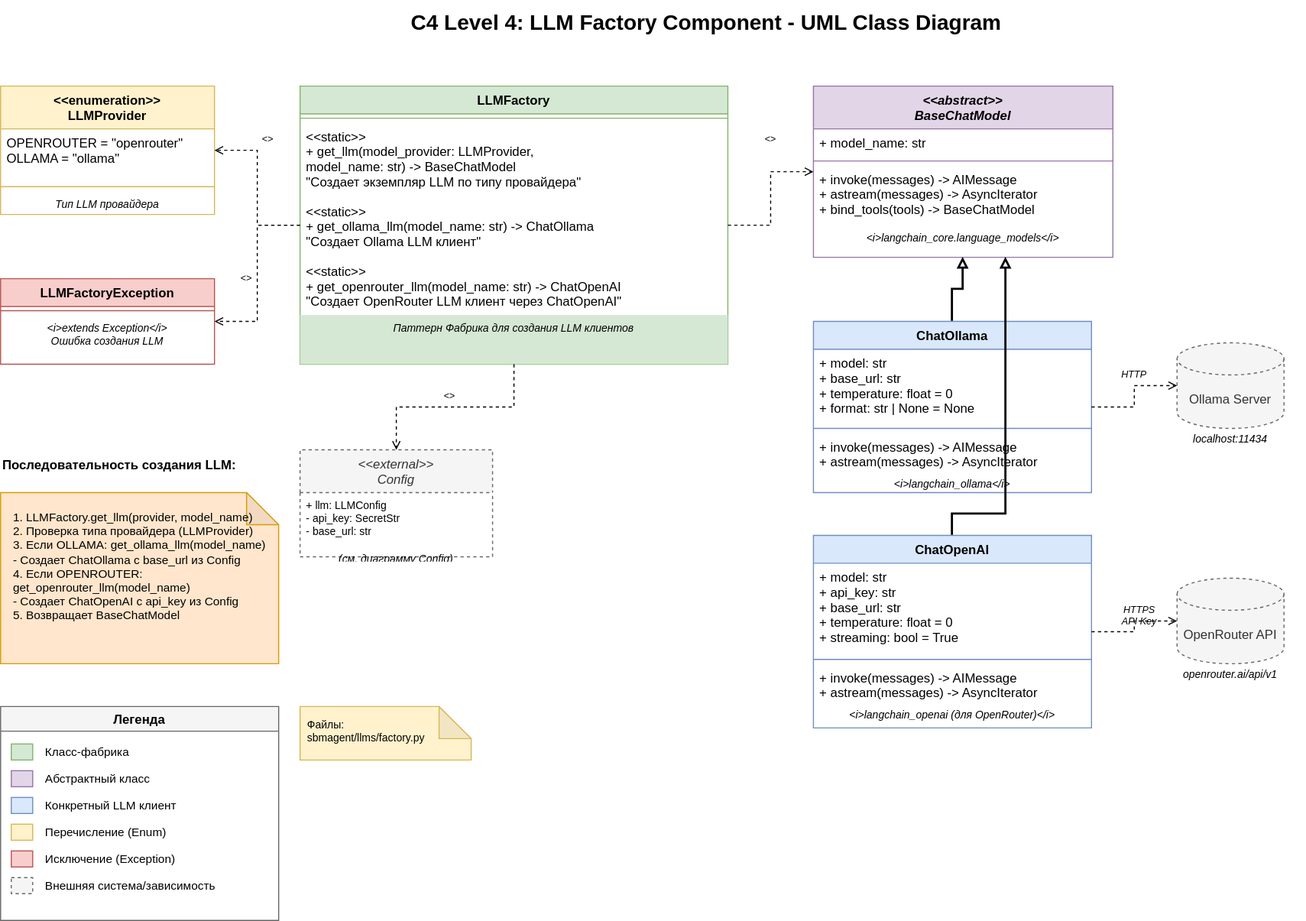
Before: ProjectLLMFactoryUML.drawio.svg, a diagram exported from draw.io (pavel-collab/Agentic-system-images). Source tidied: cells renumbered, new cells last; positions are measured from the earlier drawing's top-left corner, leaving out a move shared by most shapes.
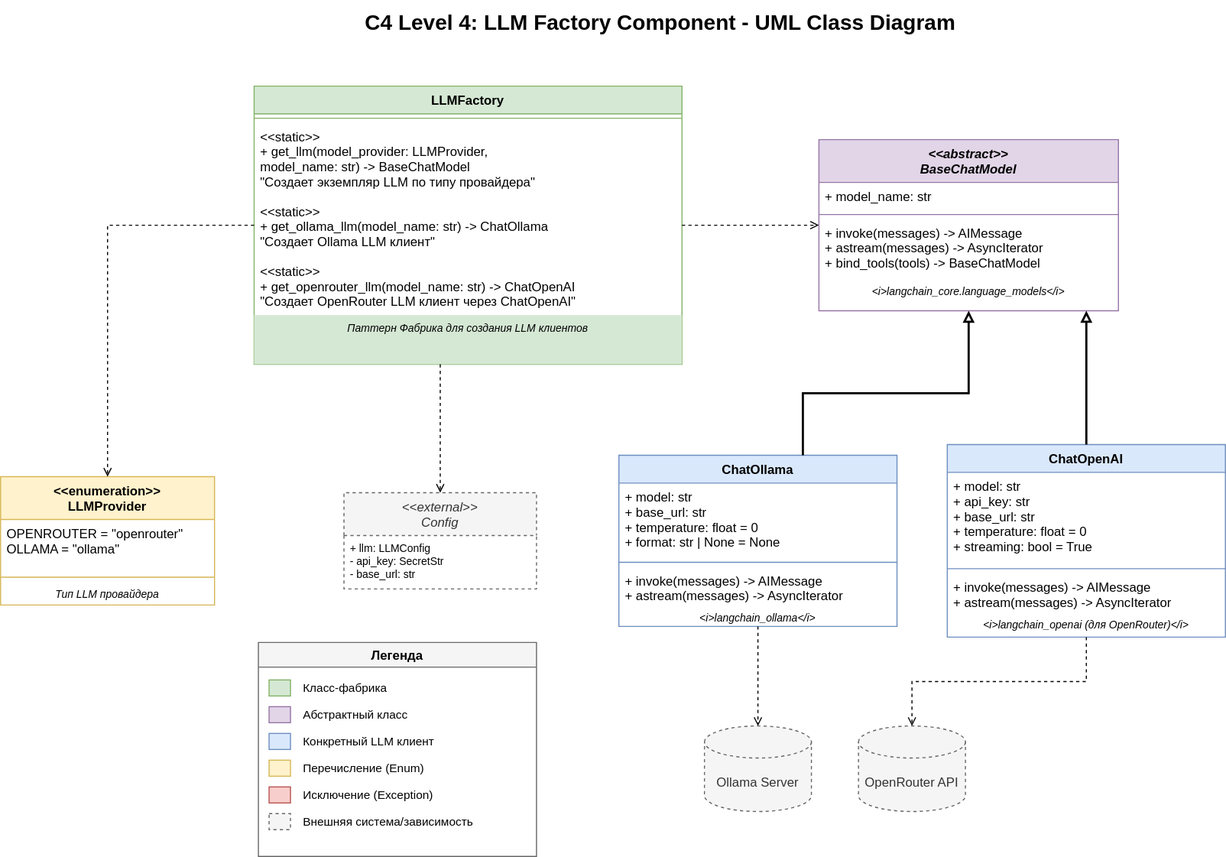
Above is the later version.

Diff of the diagram source:
```diff
@@ -6,7 +6,7 @@
       <mxGeometry x="310" width="700" height="40" as="geometry" />
     </mxCell>
     <mxCell id="3" value="&lt;&lt;enumeration&gt;&gt;&#10;LLMProvider" style="swimlane;fontStyle=1;align=center;verticalAlign=top;horizontal=1;startSize=40;fillColor=#fff2cc;strokeColor=#d6b656;" parent="1" vertex="1">
-      <mxGeometry y="80" width="200" height="120" as="geometry" />
+      <mxGeometry x="43" y="445" width="200" height="120" as="geometry" />
     </mxCell>
     <mxCell id="4" value="OPENROUTER = &quot;openrouter&quot;&#10;OLLAMA = &quot;ollama&quot;" style="text;strokeColor=none;fillColor=none;align=left;verticalAlign=top;spacingLeft=4;spacingRight=4;overflow=hidden;" parent="3" vertex="1">
       <mxGeometry y="40" width="200" height="50" as="geometry" />
@@ -17,15 +17,6 @@
     <mxCell id="6" value="Тип LLM провайдера" style="text;strokeColor=none;fillColor=none;align=center;verticalAlign=top;spacingLeft=4;spacingRight=4;overflow=hidden;fontStyle=2;fontSize=10;" parent="3" vertex="1">
       <mxGeometry y="98" width="200" height="22" as="geometry" />
     </mxCell>
-    <mxCell id="7" value="LLMFactoryException" style="swimlane;fontStyle=1;align=center;verticalAlign=top;horizontal=1;startSize=26;fillColor=#f8cecc;strokeColor=#b85450;" parent="1" vertex="1">
-      <mxGeometry y="260" width="200" height="80" as="geometry" />
-    </mxCell>
-    <mxCell id="8" style="line;strokeWidth=1;fillColor=none;align=left;verticalAlign=middle;spacingTop=-1;spacingLeft=3;spacingRight=3;labelPosition=right;strokeColor=inherit;" parent="7" vertex="1">
-      <mxGeometry y="26" width="200" height="8" as="geometry" />
-    </mxCell>
-    <mxCell id="9" value="&lt;i&gt;extends Exception&lt;/i&gt;&#10;Ошибка создания LLM" style="text;strokeColor=none;fillColor=none;align=center;verticalAlign=top;spacingLeft=4;spacingRight=4;overflow=hidden;fontStyle=2;fontSize=10;" parent="7" vertex="1">
-      <mxGeometry y="34" width="200" height="46" as="geometry" />
-    </mxCell>
     <mxCell id="10" value="LLMFactory" style="swimlane;fontStyle=1;align=center;verticalAlign=top;horizontal=1;startSize=26;fillColor=#d5e8d4;strokeColor=#82b366;" parent="1" vertex="1">
       <mxGeometry x="280" y="80" width="400" height="260" as="geometry" />
     </mxCell>
@@ -39,7 +30,7 @@
       <mxGeometry y="214" width="400" height="46" as="geometry" />
     </mxCell>
     <mxCell id="14" value="&lt;&lt;abstract&gt;&gt;&#10;BaseChatModel" style="swimlane;fontStyle=3;align=center;verticalAlign=top;horizontal=1;startSize=40;fillColor=#e1d5e7;strokeColor=#9673a6;" parent="1" vertex="1">
-      <mxGeometry x="760" y="80" width="280" height="160" as="geometry" />
+      <mxGeometry x="808" y="130" width="280" height="160" as="geometry" />
     </mxCell>
     <mxCell id="15" value="+ model_name: str" style="text;strokeColor=none;fillColor=none;align=left;verticalAlign=top;spacingLeft=4;spacingRight=4;overflow=hidden;" parent="14" vertex="1">
       <mxGeometry y="40" width="280" height="26" as="geometry" />
@@ -54,7 +45,7 @@
       <mxGeometry y="130" width="280" height="30" as="geometry" />
     </mxCell>
     <mxCell id="19" value="ChatOllama" style="swimlane;fontStyle=1;align=center;verticalAlign=top;horizontal=1;startSize=26;fillColor=#dae8fc;strokeColor=#6c8ebf;" parent="1" vertex="1">
-      <mxGeometry x="760" y="300" width="260" height="160" as="geometry" />
+      <mxGeometry x="621" y="425" width="260" height="160" as="geometry" />
     </mxCell>
     <mxCell id="20" value="+ model: str&#10;+ base_url: str&#10;+ temperature: float = 0&#10;+ format: str | None = None" style="text;strokeColor=none;fillColor=none;align=left;verticalAlign=top;spacingLeft=4;spacingRight=4;overflow=hidden;" parent="19" vertex="1">
       <mxGeometry y="26" width="260" height="70" as="geometry" />
@@ -69,7 +60,7 @@
       <mxGeometry y="140" width="260" height="20" as="geometry" />
     </mxCell>
     <mxCell id="24" value="ChatOpenAI" style="swimlane;fontStyle=1;align=center;verticalAlign=top;horizontal=1;startSize=26;fillColor=#dae8fc;strokeColor=#6c8ebf;" parent="1" vertex="1">
-      <mxGeometry x="760" y="500" width="260" height="180" as="geometry" />
+      <mxGeometry x="928" y="415" width="260" height="180" as="geometry" />
     </mxCell>
     <mxCell id="25" value="+ model: str&#10;+ api_key: str&#10;+ base_url: str&#10;+ temperature: float = 0&#10;+ streaming: bool = True" style="text;strokeColor=none;fillColor=none;align=left;verticalAlign=top;spacingLeft=4;spacingRight=4;overflow=hidden;" parent="24" vertex="1">
       <mxGeometry y="26" width="260" height="86" as="geometry" />
@@ -84,87 +75,55 @@
       <mxGeometry y="156" width="260" height="24" as="geometry" />
     </mxCell>
     <mxCell id="29" value="&lt;&lt;external&gt;&gt;&#10;Config" style="swimlane;fontStyle=2;align=center;verticalAlign=top;horizontal=1;startSize=40;fillColor=#f5f5f5;strokeColor=#666666;fontColor=#333333;dashed=1;" parent="1" vertex="1">
-      <mxGeometry x="280" y="420" width="180" height="100" as="geometry" />
+      <mxGeometry x="364" y="460" width="180" height="90" as="geometry" />
     </mxCell>
     <mxCell id="30" value="+ llm: LLMConfig&#10;  - api_key: SecretStr&#10;  - base_url: str" style="text;strokeColor=none;fillColor=none;align=left;verticalAlign=top;spacingLeft=4;spacingRight=4;overflow=hidden;fontSize=10;" parent="29" vertex="1">
       <mxGeometry y="40" width="180" height="50" as="geometry" />
     </mxCell>
-    <mxCell id="31" value="(см. диаграмму Config)" style="text;strokeColor=none;fillColor=none;align=center;verticalAlign=top;spacingLeft=4;spacingRight=4;overflow=hidden;fontStyle=2;fontSize=10;" parent="29" vertex="1">
-      <mxGeometry y="90" width="180" height="10" as="geometry" />
-    </mxCell>
     <mxCell id="32" value="Ollama Server" style="shape=cylinder3;whiteSpace=wrap;html=1;boundedLbl=1;backgroundOutline=1;size=15;fillColor=#f5f5f5;strokeColor=#666666;fontColor=#333333;dashed=1;" parent="1" vertex="1">
-      <mxGeometry x="1100" y="320" width="100" height="80" as="geometry" />
+      <mxGeometry x="701" y="678" width="100" height="80" as="geometry" />
     </mxCell>
-    <mxCell id="33" value="localhost:11434" style="text;html=1;strokeColor=none;fillColor=none;align=center;verticalAlign=middle;whiteSpace=wrap;rounded=0;fontSize=10;fontStyle=2;" parent="1" vertex="1">
-      <mxGeometry x="1085" y="400" width="130" height="20" as="geometry" />
-    </mxCell>
     <mxCell id="34" value="OpenRouter API" style="shape=cylinder3;whiteSpace=wrap;html=1;boundedLbl=1;backgroundOutline=1;size=15;fillColor=#f5f5f5;strokeColor=#666666;fontColor=#333333;dashed=1;" parent="1" vertex="1">
-      <mxGeometry x="1100" y="540" width="100" height="80" as="geometry" />
+      <mxGeometry x="845" y="678" width="100" height="80" as="geometry" />
     </mxCell>
-    <mxCell id="35" value="openrouter.ai/api/v1" style="text;html=1;strokeColor=none;fillColor=none;align=center;verticalAlign=middle;whiteSpace=wrap;rounded=0;fontSize=10;fontStyle=2;" parent="1" vertex="1">
-      <mxGeometry x="1080" y="620" width="140" height="20" as="geometry" />
-    </mxCell>
     <mxCell id="36" style="edgeStyle=orthogonalEdgeStyle;rounded=0;jettySize=auto;html=1;dashed=1;endArrow=open;endFill=0;strokeWidth=1;" parent="1" edge="1" source="10" target="3">
       <mxGeometry relative="1" as="geometry" />
     </mxCell>
-    <mxCell id="37" value="&lt;&lt;uses&gt;&gt;" style="text;html=1;strokeColor=none;fillColor=none;align=center;verticalAlign=middle;whiteSpace=wrap;rounded=0;fontSize=9;fontStyle=2;" parent="1" vertex="1">
-      <mxGeometry x="220" y="120" width="60" height="20" as="geometry" />
-    </mxCell>
-    <mxCell id="38" style="edgeStyle=orthogonalEdgeStyle;rounded=0;jettySize=auto;html=1;dashed=1;endArrow=open;endFill=0;strokeWidth=1;exitX=0;exitY=0.5;exitDx=0;exitDy=0;" parent="1" edge="1" source="10" target="7">
-      <mxGeometry relative="1" as="geometry">
-        <Array as="points">
-          <mxPoint x="240" y="210" />
-          <mxPoint x="240" y="300" />
-        </Array>
-      </mxGeometry>
-    </mxCell>
-    <mxCell id="39" value="&lt;&lt;throws&gt;&gt;" style="text;html=1;strokeColor=none;fillColor=none;align=center;verticalAlign=middle;whiteSpace=wrap;rounded=0;fontSize=9;fontStyle=2;" parent="1" vertex="1">
-      <mxGeometry x="200" y="250" width="60" height="20" as="geometry" />
-    </mxCell>
     <mxCell id="40" style="edgeStyle=orthogonalEdgeStyle;rounded=0;jettySize=auto;html=1;dashed=1;endArrow=open;endFill=0;strokeWidth=1;" parent="1" edge="1" source="10" target="14">
       <mxGeometry relative="1" as="geometry" />
     </mxCell>
-    <mxCell id="41" value="&lt;&lt;creates&gt;&gt;" style="text;html=1;strokeColor=none;fillColor=none;align=center;verticalAlign=middle;whiteSpace=wrap;rounded=0;fontSize=9;fontStyle=2;" parent="1" vertex="1">
-      <mxGeometry x="690" y="120" width="60" height="20" as="geometry" />
-    </mxCell>
     <mxCell id="42" style="edgeStyle=orthogonalEdgeStyle;rounded=0;jettySize=auto;html=1;endArrow=block;endFill=0;strokeWidth=2;" parent="1" edge="1" source="19" target="14">
-      <mxGeometry relative="1" as="geometry" />
+      <mxGeometry relative="1" as="geometry">
+        <Array as="points">
+          <mxPoint x="793" y="367" />
+          <mxPoint x="948" y="367" />
+        </Array>
+      </mxGeometry>
     </mxCell>
     <mxCell id="43" style="edgeStyle=orthogonalEdgeStyle;rounded=0;jettySize=auto;html=1;endArrow=block;endFill=0;strokeWidth=2;exitX=0.5;exitY=0;exitDx=0;exitDy=0;" parent="1" edge="1" source="24" target="14">
       <mxGeometry relative="1" as="geometry">
         <Array as="points">
-          <mxPoint x="890" y="480" />
-          <mxPoint x="940" y="480" />
-          <mxPoint x="940" y="240" />
+          <mxPoint x="1058" y="362" />
+          <mxPoint x="1058" y="362" />
         </Array>
       </mxGeometry>
     </mxCell>
     <mxCell id="44" style="edgeStyle=orthogonalEdgeStyle;rounded=0;jettySize=auto;html=1;dashed=1;endArrow=open;endFill=0;strokeWidth=1;" parent="1" edge="1" source="10" target="29">
-      <mxGeometry relative="1" as="geometry" />
+      <mxGeometry relative="1" as="geometry">
+        <Array as="points">
+          <mxPoint x="454" y="407" />
+          <mxPoint x="454" y="407" />
+        </Array>
+      </mxGeometry>
     </mxCell>
-    <mxCell id="45" value="&lt;&lt;uses&gt;&gt;" style="text;html=1;strokeColor=none;fillColor=none;align=center;verticalAlign=middle;whiteSpace=wrap;rounded=0;fontSize=9;fontStyle=2;" parent="1" vertex="1">
-      <mxGeometry x="390" y="360" width="60" height="20" as="geometry" />
-    </mxCell>
     <mxCell id="46" style="edgeStyle=orthogonalEdgeStyle;rounded=0;jettySize=auto;html=1;dashed=1;endArrow=open;endFill=0;strokeWidth=1;" parent="1" edge="1" source="19" target="32">
       <mxGeometry relative="1" as="geometry" />
     </mxCell>
-    <mxCell id="47" value="HTTP" style="text;html=1;strokeColor=none;fillColor=none;align=center;verticalAlign=middle;whiteSpace=wrap;rounded=0;fontSize=9;fontStyle=2;" parent="1" vertex="1">
-      <mxGeometry x="1040" y="340" width="40" height="20" as="geometry" />
-    </mxCell>
     <mxCell id="48" style="edgeStyle=orthogonalEdgeStyle;rounded=0;jettySize=auto;html=1;dashed=1;endArrow=open;endFill=0;strokeWidth=1;" parent="1" edge="1" source="24" target="34">
       <mxGeometry relative="1" as="geometry" />
     </mxCell>
-    <mxCell id="49" value="HTTPS&#10;API Key" style="text;html=1;strokeColor=none;fillColor=none;align=center;verticalAlign=middle;whiteSpace=wrap;rounded=0;fontSize=9;fontStyle=2;" parent="1" vertex="1">
-      <mxGeometry x="1040" y="560" width="50" height="30" as="geometry" />
-    </mxCell>
-    <mxCell id="50" value="Последовательность создания LLM:" style="text;html=1;strokeColor=none;fillColor=none;align=left;verticalAlign=middle;whiteSpace=wrap;rounded=0;fontSize=12;fontStyle=1;" parent="1" vertex="1">
-      <mxGeometry y="420" width="250" height="30" as="geometry" />
-    </mxCell>
-    <mxCell id="51" value="1. LLMFactory.get_llm(provider, model_name)&#10;2. Проверка типа провайдера (LLMProvider)&#10;3. Если OLLAMA: get_ollama_llm(model_name)&#10;   - Создает ChatOllama с base_url из Config&#10;4. Если OPENROUTER: get_openrouter_llm(model_name)&#10;   - Создает ChatOpenAI с api_key из Config&#10;5. Возвращает BaseChatModel" style="shape=note;whiteSpace=wrap;html=1;backgroundOutline=1;darkOpacity=0.05;fillColor=#ffe6cc;strokeColor=#d79b00;align=left;verticalAlign=top;spacingLeft=10;spacingTop=10;fontSize=11;" parent="1" vertex="1">
-      <mxGeometry y="460" width="260" height="160" as="geometry" />
-    </mxCell>
     <mxCell id="52" value="Легенда" style="swimlane;startSize=23;fillColor=#f5f5f5;strokeColor=#666666;" parent="1" vertex="1">
-      <mxGeometry y="660" width="260" height="200" as="geometry" />
+      <mxGeometry x="284" y="600" width="260" height="200" as="geometry" />
     </mxCell>
     <mxCell id="53" style="rounded=0;whiteSpace=wrap;html=1;fillColor=#d5e8d4;strokeColor=#82b366;" parent="52" vertex="1">
       <mxGeometry x="10" y="35" width="20" height="15" as="geometry" />
@@ -202,8 +161,5 @@
     <mxCell id="64" value="Внешняя система/зависимость" style="text;html=1;strokeColor=none;fillColor=none;align=left;verticalAlign=middle;whiteSpace=wrap;rounded=0;fontSize=11;" parent="52" vertex="1">
       <mxGeometry x="40" y="155" width="200" height="25" as="geometry" />
     </mxCell>
-    <mxCell id="65" value="Файлы:&#10;sbmagent/llms/factory.py" style="shape=note;whiteSpace=wrap;html=1;backgroundOutline=1;darkOpacity=0.05;fillColor=#fff2cc;strokeColor=#d6b656;align=left;verticalAlign=top;spacingLeft=5;spacingTop=5;fontSize=10;" parent="1" vertex="1">
-      <mxGeometry x="280" y="660" width="160" height="50" as="geometry" />
-    </mxCell>
   </root>
 </mxGraphModel>
```
